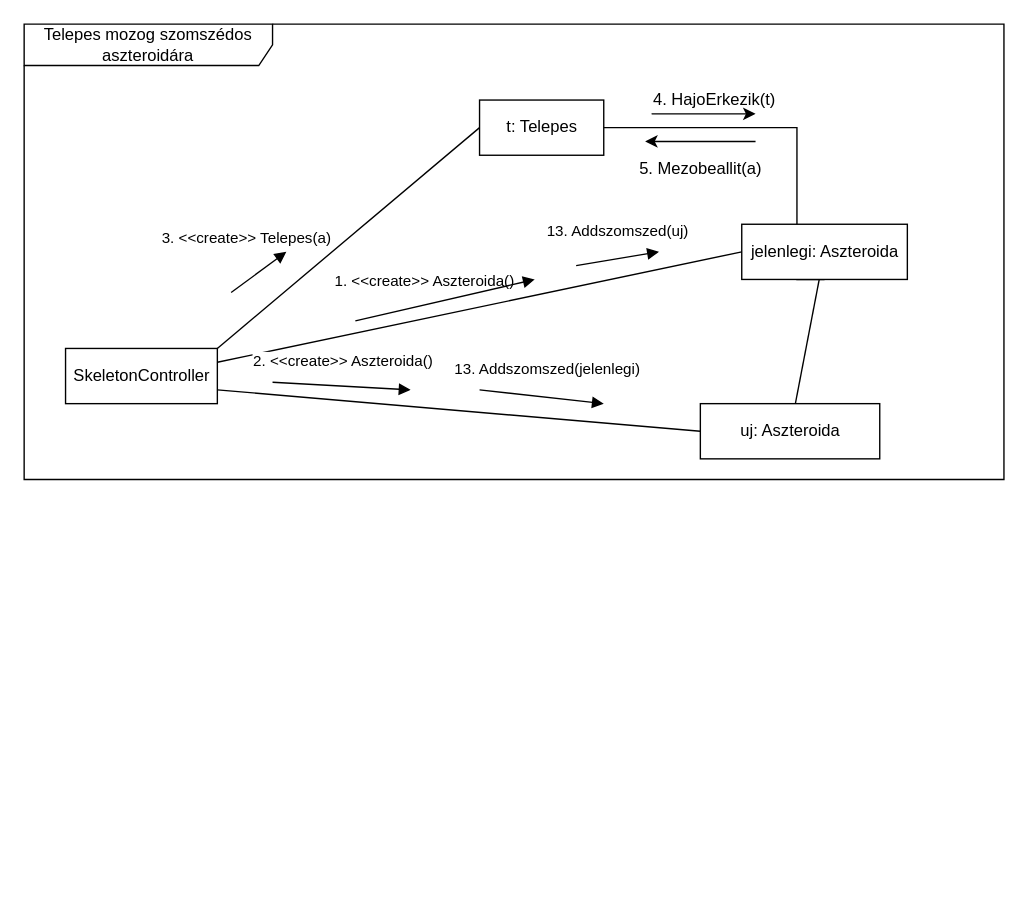
Earlier version of the draw.io diagram page "Page-1" (1 of 2) of doc/kommunikacio/kom_TelepesMozog.drawio (torpeBoiGo/aszteroidabanyaszat). Source tidied: cells renumbered, new cells numbered last; positions are measured from the earlier drawing's top-left corner, leaving out a move shared by most shapes. Both pictures are drawn from the tidied source at 138%, with x=0, y=0 at pixel (23, 23).
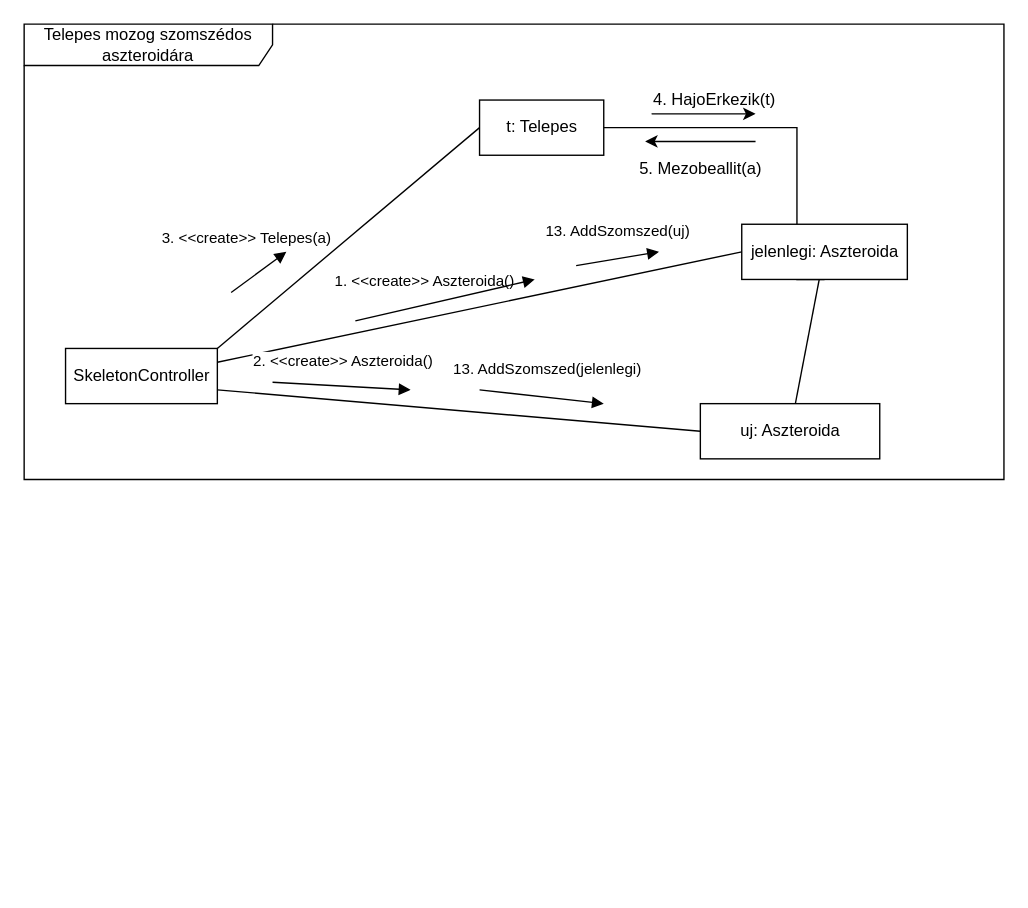
Above is the later version.

Commit message:
robot változata

Diff of the diagram source:
```diff
@@
-    <mxCell id="20" value="13. Addszomszed(uj)" style="html=1;verticalAlign=bottom;endArrow=block;" parent="1" edge="1">
+    <mxCell id="20" value="13. AddSzomszed(uj)" style="html=1;verticalAlign=bottom;endArrow=block;" parent="1" edge="1">
       <mxGeometry x="0.06" y="11" relative="1" as="geometry">
         <mxPoint x="400" y="175" as="sourcePoint" />
         <mxPoint x="460" y="165" as="targetPoint" />
       </mxGeometry>
     </mxCell>
-    <mxCell id="21" value="13. Addszomszed(jelenlegi)" style="html=1;verticalAlign=bottom;endArrow=block;" parent="1" edge="1">
+    <mxCell id="21" value="13. AddSzomszed(jelenlegi)" style="html=1;verticalAlign=bottom;endArrow=block;" parent="1" edge="1">
       <mxGeometry x="0.06" y="11" relative="1" as="geometry">
         <mxPoint x="330" y="265" as="sourcePoint" />
         <mxPoint x="420" y="275" as="targetPoint" />
       </mxGeometry>
     </mxCell>
```
